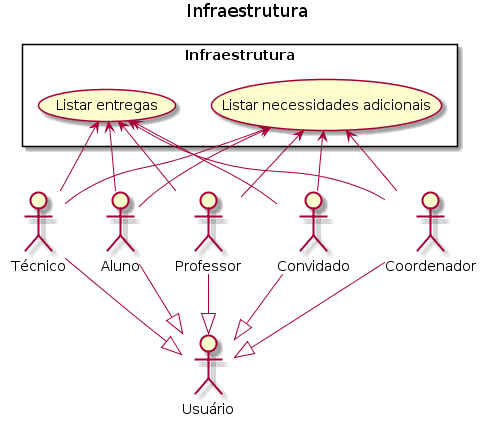
LucasArthur94/tcc keeps this PlantUML diagram as imagens/infra.png. Above is the earlier version. The source it was exported from:
```plantuml
@startuml
title Infraestrutura

rectangle Infraestrutura {
    (Listar entregas)
    (Listar necessidades adicionais)
}

Aluno -down-|> Usuário
Professor -down-|> Usuário
Convidado -down-|> Usuário
Coordenador -down-|> Usuário
Técnico -down-|> Usuário

Aluno -up-> (Listar entregas)
Professor -up-> (Listar entregas)
Convidado -up-> (Listar entregas)
Técnico -up-> (Listar entregas)
Coordenador -up-> (Listar entregas)

Aluno -up-> (Listar necessidades adicionais)
Professor -up-> (Listar necessidades adicionais)
Convidado -up-> (Listar necessidades adicionais)
Técnico -up-> (Listar necessidades adicionais)
Coordenador -up-> (Listar necessidades adicionais)
@enduml
```
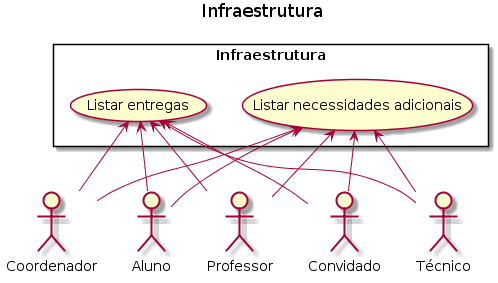
Later version of the same file.

The edit, as a diff of the source:
```diff
@@ -5,12 +5,6 @@
     (Listar entregas)
     (Listar necessidades adicionais)
 }
-
-Aluno -down-|> Usuário
-Professor -down-|> Usuário
-Convidado -down-|> Usuário
-Coordenador -down-|> Usuário
-Técnico -down-|> Usuário
 
 Aluno -up-> (Listar entregas)
 Professor -up-> (Listar entregas)
```
